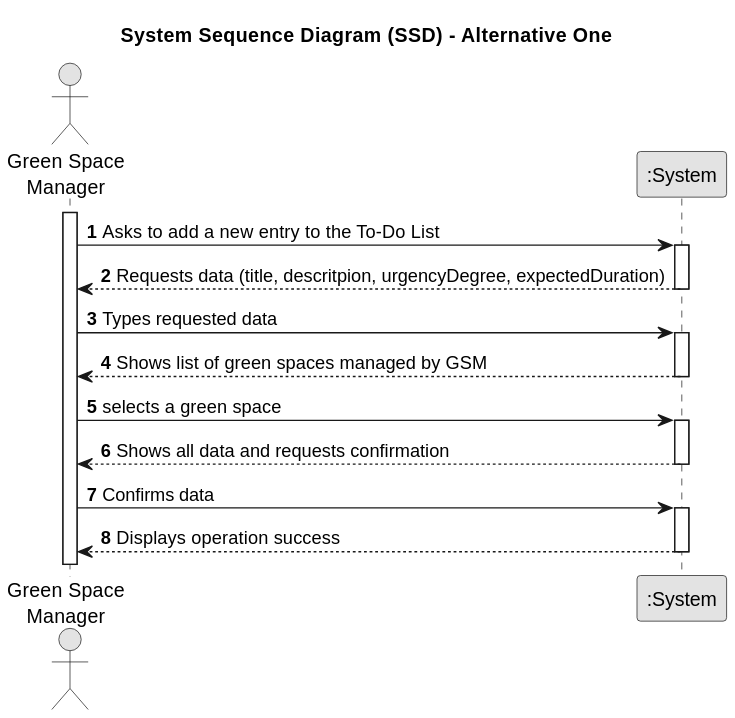
Earlier version of the PlantUML export docs/sprintA&B&C/us021/01.requirements-engineering/svg/us021-system-sequence-diagram-alternative-one.svg (daniel41silva05/ISEP_2023_2024_LAPR2).
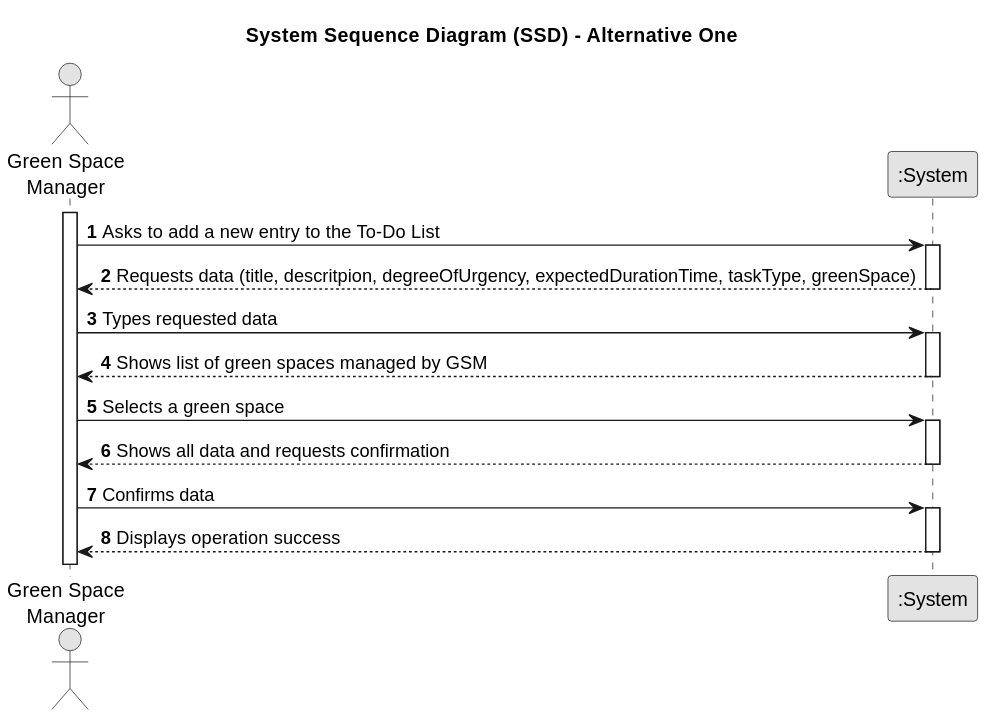
The same file after the commit.

Diff of the diagram source:
```diff
@@ -15,7 +15,7 @@
     GSM -> System : Asks to add a new entry to the To-Do List
     activate System
 
-        System --> GSM : Requests data (title, descritpion, urgencyDegree, expectedDuration)
+        System --> GSM : Requests data (title, descritpion, degreeOfUrgency, expectedDurationTime, taskType, greenSpace)
     deactivate System
 
     GSM -> System : Types requested data
@@ -24,7 +24,7 @@
         System --> GSM : Shows list of green spaces managed by GSM
     deactivate System
 
-    GSM -> System : selects a green space
+    GSM -> System : Selects a green space
     activate System
 
         System --> GSM : Shows all data and requests confirmation
```
